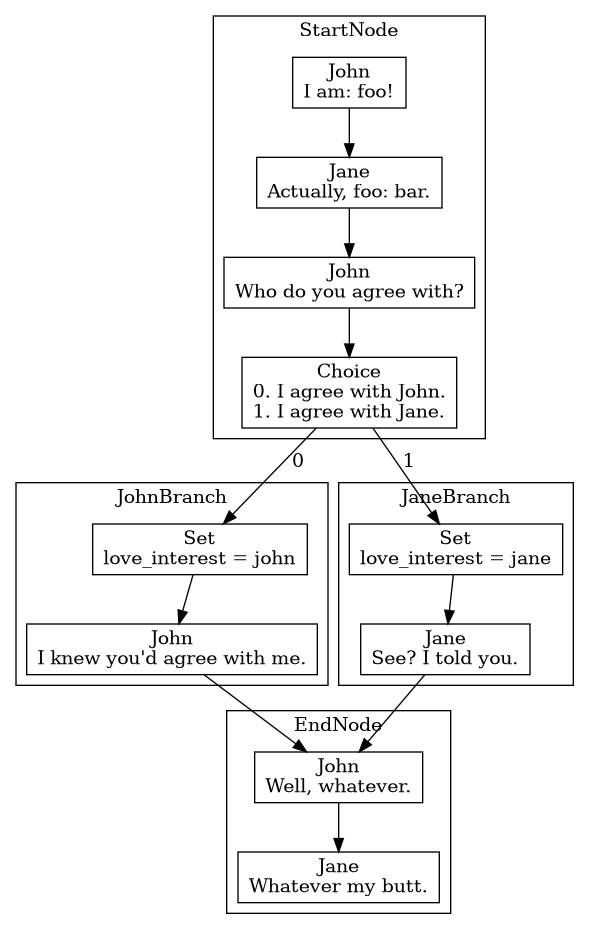
patriacaelum/script2py keeps this Graphviz diagram as scriptipy/script2json.png. Above is the earlier version. Its source is kept beside it as scriptipy/script2json.dot. Source of this version:
```dot
digraph G {
subgraph cluster_0{
label = "StartNode";
140719002921136 [label="John\nI am: foo!", shape=box];
140719002920416 [label="Jane\nActually, foo: bar.", shape=box];
140719002920656 [label="John\nWho do you agree with?", shape=box];
140719002920560 [label="Choice\n0. I agree with John.\n1. I agree with Jane.", shape=box];
}
subgraph cluster_1{
label = "JohnBranch";
140719002920752 [label="Set\nlove_interest = john", shape=box];
140719002920800 [label="John\nI knew you'd agree with me.", shape=box];
}
subgraph cluster_2{
label = "JaneBranch";
140719002920464 [label="Set\nlove_interest = jane", shape=box];
140719002920224 [label="Jane\nSee? I told you.", shape=box];
}
subgraph cluster_3{
label = "EndNode";
140719002920128 [label="John\nWell, whatever.", shape=box];
140719002921808 [label="Jane\nWhatever my butt.", shape=box];
}
140719002921136 -> 140719002920416;
140719002920416 -> 140719002920656;
140719002920656 -> 140719002920560;
140719002920560 -> 140719002920752 [label=0];
140719002920560 -> 140719002920464 [label=1];
140719002920752 -> 140719002920800;
140719002920800 -> 140719002920128;
140719002920464 -> 140719002920224;
140719002920224 -> 140719002920128;
140719002920128 -> 140719002921808;
}
```
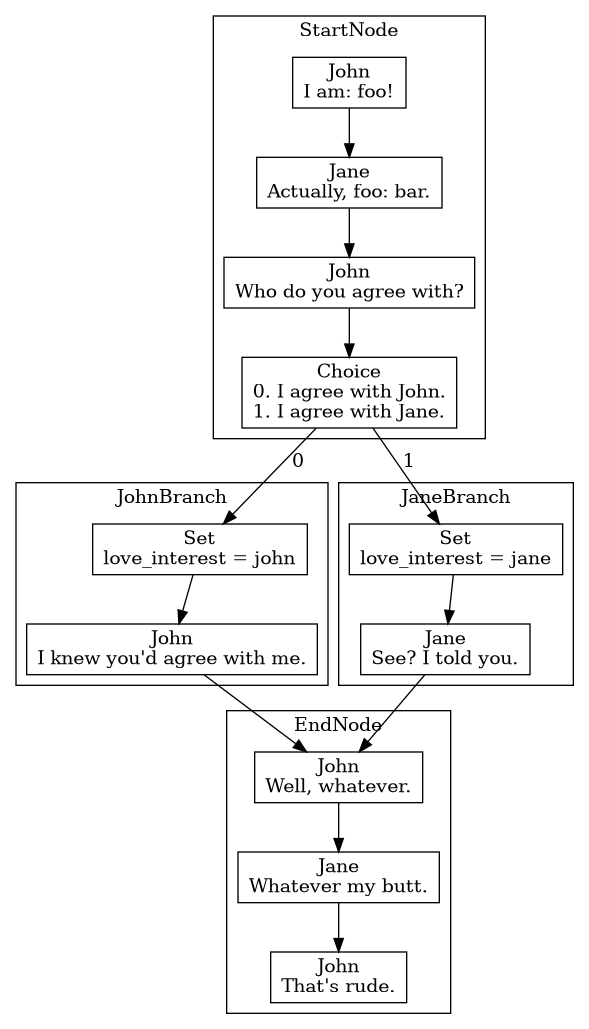
Above is the later version.

Diff of the diagram source:
```diff
@@ -1,34 +1,36 @@
 digraph G {
 subgraph cluster_0{
 label = "StartNode";
-140719002921136 [label="John\nI am: foo!", shape=box];
-140719002920416 [label="Jane\nActually, foo: bar.", shape=box];
-140719002920656 [label="John\nWho do you agree with?", shape=box];
-140719002920560 [label="Choice\n0. I agree with John.\n1. I agree with Jane.", shape=box];
+140185072075776 [label="John\nI am: foo!", shape=box];
+140185072076688 [label="Jane\nActually, foo: bar.", shape=box];
+140185071384656 [label="John\nWho do you agree with?", shape=box];
+140185071383792 [label="Choice\n0. I agree with John.\n1. I agree with Jane.", shape=box];
 }
 subgraph cluster_1{
 label = "JohnBranch";
-140719002920752 [label="Set\nlove_interest = john", shape=box];
-140719002920800 [label="John\nI knew you'd agree with me.", shape=box];
+140185071384320 [label="Set\nlove_interest = john", shape=box];
+140185071384464 [label="John\nI knew you'd agree with me.", shape=box];
 }
 subgraph cluster_2{
 label = "JaneBranch";
-140719002920464 [label="Set\nlove_interest = jane", shape=box];
-140719002920224 [label="Jane\nSee? I told you.", shape=box];
+140185071384224 [label="Set\nlove_interest = jane", shape=box];
+140185071384176 [label="Jane\nSee? I told you.", shape=box];
 }
 subgraph cluster_3{
 label = "EndNode";
-140719002920128 [label="John\nWell, whatever.", shape=box];
-140719002921808 [label="Jane\nWhatever my butt.", shape=box];
+140185071384080 [label="John\nWell, whatever.", shape=box];
+140185071383984 [label="Jane\nWhatever my butt.", shape=box];
+140185071383888 [label="John\nThat's rude.", shape=box];
 }
-140719002921136 -> 140719002920416;
-140719002920416 -> 140719002920656;
-140719002920656 -> 140719002920560;
-140719002920560 -> 140719002920752 [label=0];
-140719002920560 -> 140719002920464 [label=1];
-140719002920752 -> 140719002920800;
-140719002920800 -> 140719002920128;
-140719002920464 -> 140719002920224;
-140719002920224 -> 140719002920128;
-140719002920128 -> 140719002921808;
+140185072075776 -> 140185072076688;
+140185072076688 -> 140185071384656;
+140185071384656 -> 140185071383792;
+140185071383792 -> 140185071384320 [label=0];
+140185071383792 -> 140185071384224 [label=1];
+140185071384320 -> 140185071384464;
+140185071384464 -> 140185071384080;
+140185071384224 -> 140185071384176;
+140185071384176 -> 140185071384080;
+140185071384080 -> 140185071383984;
+140185071383984 -> 140185071383888;
 }
```
